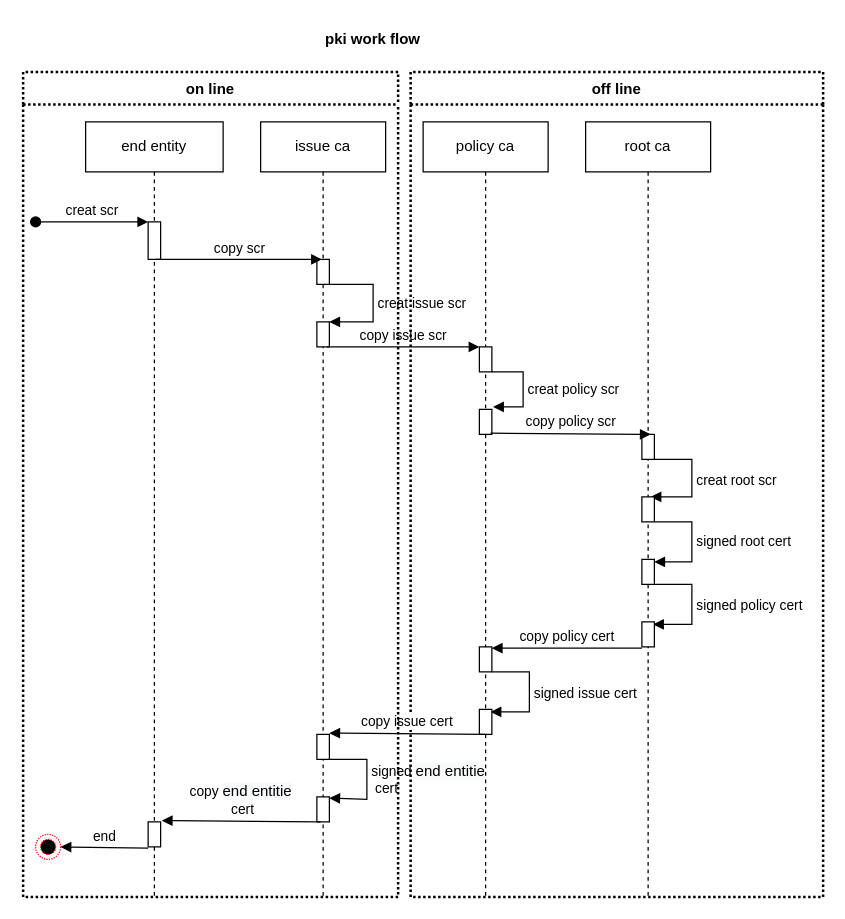
Earlier version of the draw.io diagram docs/pki-flow.drawio (OlafRadicke/play_pki_ca_with_ansible). Source tidied: cells renumbered, new cells numbered last; positions are measured from the earlier drawing's top-left corner, leaving out a move shared by most shapes. Both pictures are drawn from the tidied source at 125%, with x=0, y=0 at pixel (22, 21).
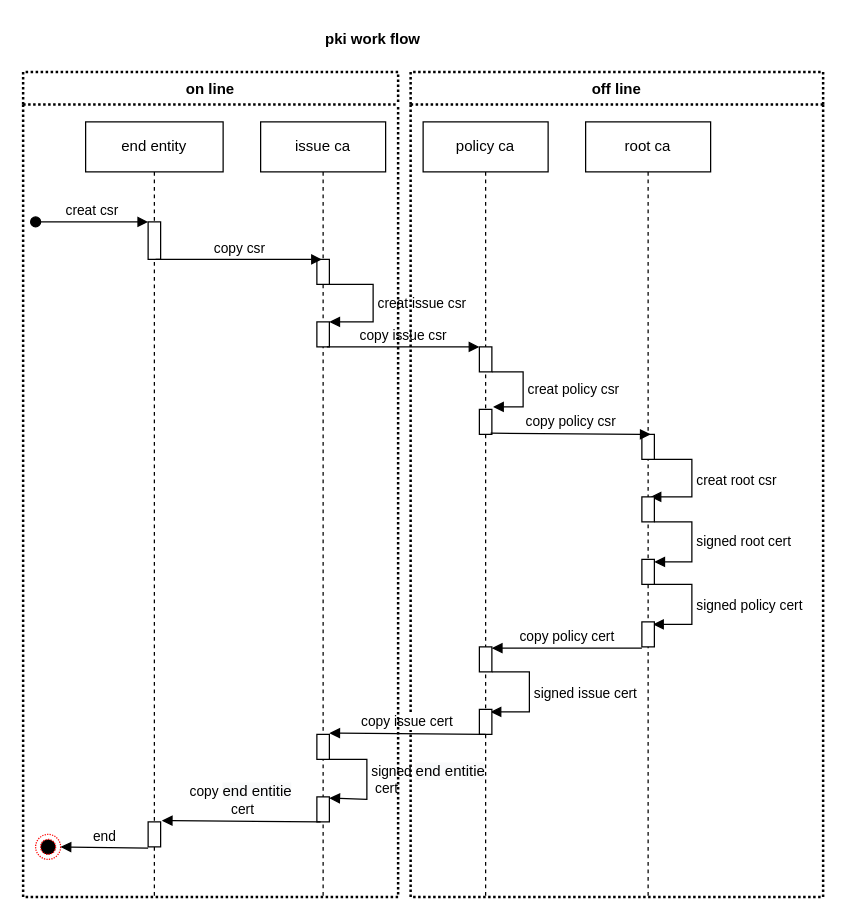
The same page after the edit.

Unchanged cells that the change refers to:
```xml
<mxCell id="2" value="end entity" style="shape=umlLifeline;perimeter=lifelinePerimeter;whiteSpace=wrap;html=1;" parent="1" vertex="1">
  <mxGeometry x="50" y="80" width="110" height="620" as="geometry" />
</mxCell>
<mxCell id="3" style="html=1;points=[];perimeter=orthogonalPerimeter;" parent="2" vertex="1">
  <mxGeometry x="50" y="80" width="10" height="30" as="geometry" />
</mxCell>
<mxCell id="5" value="issue ca" style="shape=umlLifeline;perimeter=lifelinePerimeter;whiteSpace=wrap;html=1;" parent="1" vertex="1">
  <mxGeometry x="190" y="80" width="100" height="620" as="geometry" />
</mxCell>
<mxCell id="6" style="html=1;points=[];perimeter=orthogonalPerimeter;" parent="5" vertex="1">
  <mxGeometry x="45" y="110" width="10" height="20" as="geometry" />
</mxCell>
<mxCell id="7" style="html=1;points=[];perimeter=orthogonalPerimeter;" parent="5" vertex="1">
  <mxGeometry x="45" y="160" width="10" height="20" as="geometry" />
</mxCell>
<mxCell id="12" value="policy ca" style="shape=umlLifeline;perimeter=lifelinePerimeter;whiteSpace=wrap;html=1;" parent="1" vertex="1">
  <mxGeometry x="320" y="80" width="100" height="620" as="geometry" />
</mxCell>
<mxCell id="13" style="html=1;points=[];perimeter=orthogonalPerimeter;" parent="12" vertex="1">
  <mxGeometry x="45" y="180" width="10" height="20" as="geometry" />
</mxCell>
<mxCell id="14" style="html=1;points=[];perimeter=orthogonalPerimeter;" parent="12" vertex="1">
  <mxGeometry x="45" y="230" width="10" height="20" as="geometry" />
</mxCell>
<mxCell id="19" value="root ca" style="shape=umlLifeline;perimeter=lifelinePerimeter;whiteSpace=wrap;html=1;" parent="1" vertex="1">
  <mxGeometry x="450" y="80" width="100" height="620" as="geometry" />
</mxCell>
<mxCell id="20" style="html=1;points=[];perimeter=orthogonalPerimeter;" parent="19" vertex="1">
  <mxGeometry x="45" y="250" width="10" height="20" as="geometry" />
</mxCell>
<mxCell id="22" style="html=1;points=[];perimeter=orthogonalPerimeter;" parent="19" vertex="1">
  <mxGeometry x="45" y="300" width="10" height="20" as="geometry" />
</mxCell>
```

What changed in the source:
```diff
@@
-    <mxCell id="4" value="creat scr" style="html=1;verticalAlign=bottom;startArrow=oval;endArrow=block;startSize=8;" parent="2" edge="1" target="3">
+    <mxCell id="4" value="creat csr" style="html=1;verticalAlign=bottom;startArrow=oval;endArrow=block;startSize=8;" parent="2" edge="1" target="3">
       <mxGeometry relative="1" as="geometry">
         <mxPoint x="-40" y="80" as="sourcePoint" />
       </mxGeometry>
     </mxCell>
@@
-    <mxCell id="8" value="creat issue scr" style="edgeStyle=orthogonalEdgeStyle;html=1;align=left;spacingLeft=2;endArrow=block;rounded=0;entryX=1;entryY=0;" parent="5" edge="1" source="6" target="7">
+    <mxCell id="8" value="creat issue csr" style="edgeStyle=orthogonalEdgeStyle;html=1;align=left;spacingLeft=2;endArrow=block;rounded=0;entryX=1;entryY=0;" parent="5" edge="1" source="6" target="7">
       <mxGeometry relative="1" as="geometry">
         <Array as="points">
           <mxPoint x="90" y="130" />
           <mxPoint x="90" y="160" />
         </Array>
       </mxGeometry>
     </mxCell>
@@
-    <mxCell id="15" value="creat policy&amp;nbsp;scr" style="edgeStyle=orthogonalEdgeStyle;html=1;align=left;spacingLeft=2;endArrow=block;rounded=0;entryX=1.1;entryY=-0.1;entryDx=0;entryDy=0;entryPerimeter=0;" parent="12" edge="1" source="13" target="14">
+    <mxCell id="15" value="creat policy csr" style="edgeStyle=orthogonalEdgeStyle;html=1;align=left;spacingLeft=2;endArrow=block;rounded=0;entryX=1.1;entryY=-0.1;entryDx=0;entryDy=0;entryPerimeter=0;" parent="12" edge="1" source="13" target="14">
       <mxGeometry relative="1" as="geometry">
         <Array as="points">
           <mxPoint x="80" y="200" />
           <mxPoint x="80" y="228" />
         </Array>
       </mxGeometry>
     </mxCell>
@@
-    <mxCell id="21" value="creat root scr" style="edgeStyle=orthogonalEdgeStyle;html=1;align=left;spacingLeft=2;endArrow=block;rounded=0;entryX=0.7;entryY=0;entryDx=0;entryDy=0;entryPerimeter=0;" parent="19" edge="1" source="20" target="22">
+    <mxCell id="21" value="creat root csr" style="edgeStyle=orthogonalEdgeStyle;html=1;align=left;spacingLeft=2;endArrow=block;rounded=0;entryX=0.7;entryY=0;entryDx=0;entryDy=0;entryPerimeter=0;" parent="19" edge="1" source="20" target="22">
       <mxGeometry relative="1" as="geometry">
         <Array as="points">
           <mxPoint x="85" y="270" />
           <mxPoint x="85" y="300" />
         </Array>
       </mxGeometry>
     </mxCell>
@@
-    <mxCell id="28" value="copy scr" style="html=1;verticalAlign=bottom;endArrow=block;entryX=0.4;entryY=0;entryDx=0;entryDy=0;entryPerimeter=0;exitX=0.6;exitY=1;exitDx=0;exitDy=0;exitPerimeter=0;" parent="1" edge="1" source="3" target="6">
+    <mxCell id="28" value="copy csr" style="html=1;verticalAlign=bottom;endArrow=block;entryX=0.4;entryY=0;entryDx=0;entryDy=0;entryPerimeter=0;exitX=0.6;exitY=1;exitDx=0;exitDy=0;exitPerimeter=0;" parent="1" edge="1" source="3" target="6">
       <mxGeometry relative="1" as="geometry" />
     </mxCell>
-    <mxCell id="29" value="copy issue scr" style="html=1;verticalAlign=bottom;endArrow=block;exitX=0.8;exitY=1;exitDx=0;exitDy=0;exitPerimeter=0;" parent="1" edge="1" source="7">
+    <mxCell id="29" value="copy issue csr" style="html=1;verticalAlign=bottom;endArrow=block;exitX=0.8;exitY=1;exitDx=0;exitDy=0;exitPerimeter=0;" parent="1" edge="1" source="7">
       <mxGeometry relative="1" as="geometry">
         <mxPoint x="365" y="260" as="targetPoint" />
       </mxGeometry>
     </mxCell>
-    <mxCell id="30" value="copy policy scr" style="html=1;verticalAlign=bottom;endArrow=block;entryX=0.7;entryY=0;entryDx=0;entryDy=0;entryPerimeter=0;exitX=0.9;exitY=0.95;exitDx=0;exitDy=0;exitPerimeter=0;" parent="1" edge="1" source="14" target="20">
+    <mxCell id="30" value="&lt;div&gt;copy policy csr&lt;/div&gt;" style="html=1;verticalAlign=bottom;endArrow=block;entryX=0.7;entryY=0;entryDx=0;entryDy=0;entryPerimeter=0;exitX=0.9;exitY=0.95;exitDx=0;exitDy=0;exitPerimeter=0;" parent="1" edge="1" source="14" target="20">
       <mxGeometry relative="1" as="geometry" />
     </mxCell>
```
